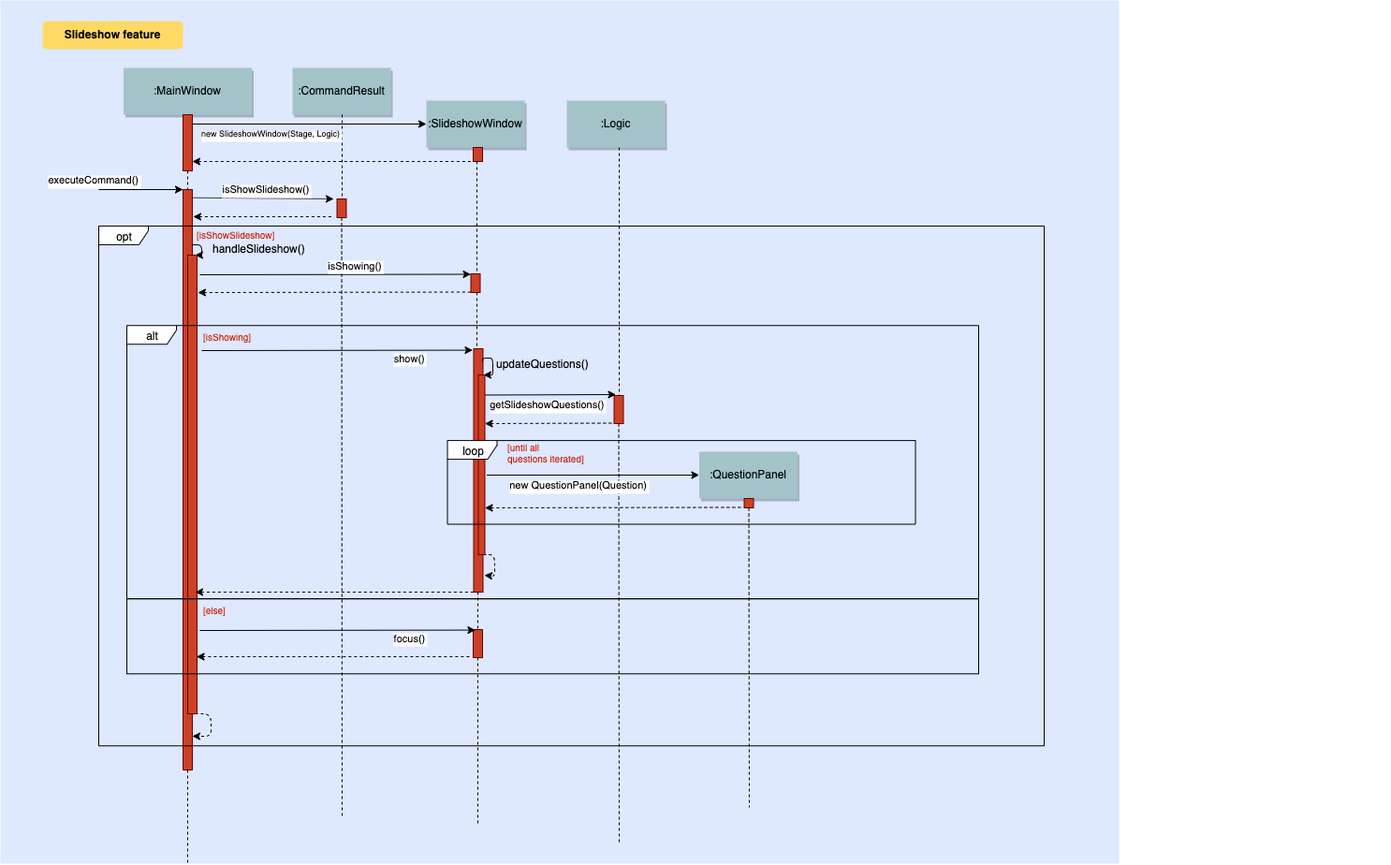
AY1920S1-CS2103T-W13-2/main keeps this draw.io diagram as images/SlideshowFeatureSequenceDiagram.png. Above is the earlier version. Source tidied: cells renumbered, new cells last; positions are measured from the earlier drawing's top-left corner, leaving out a move shared by most shapes.
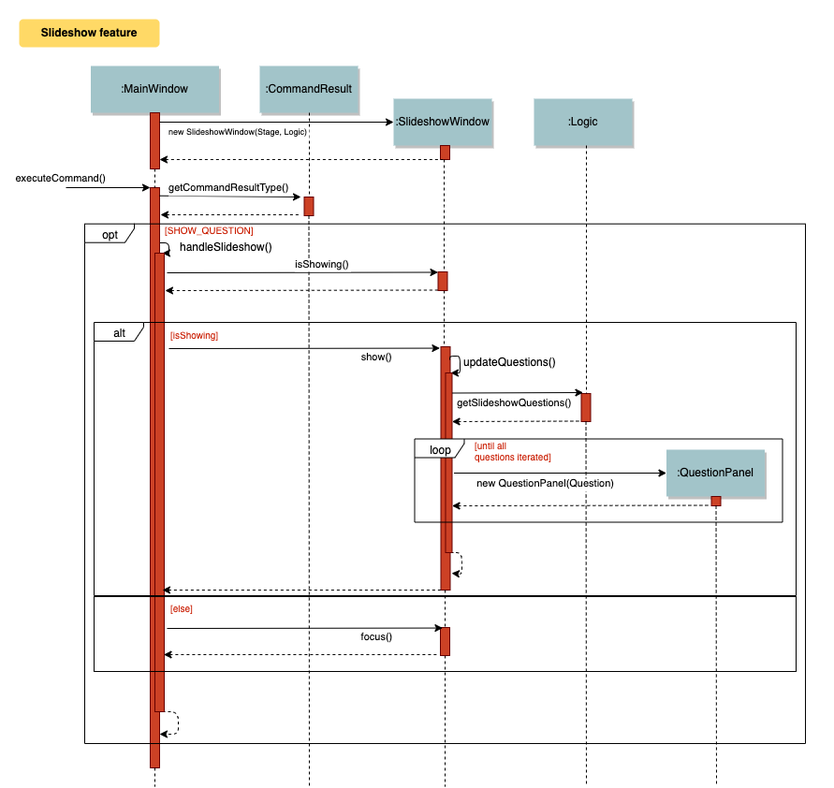
The same file after the commit.

Change to the diagram source:
```diff
@@ -2,9 +2,9 @@
   <root>
     <mxCell id="0" />
     <mxCell id="1" parent="0" />
-    <mxCell id="2" style="fillColor=#DEE8FF;strokeColor=none;" parent="1" vertex="1">
-      <mxGeometry width="1195" height="922" as="geometry" />
-    </mxCell>
+    <mxCell id="66" style="rounded=0;whiteSpace=wrap;html=1;strokeColor=none;" parent="1" vertex="1">
+      <mxGeometry x="35" y="2" width="890" height="840" as="geometry" />
+    </mxCell>
     <mxCell id="3" style="edgeStyle=orthogonalEdgeStyle;rounded=1;jettySize=auto;html=1;exitX=0.988;exitY=0.095;exitDx=0;exitDy=0;exitPerimeter=0;entryX=0.75;entryY=0;entryDx=0;entryDy=0;" parent="1" edge="1" source="4" target="12">
       <mxGeometry relative="1" as="geometry">
         <Array as="points">
@@ -33,11 +33,11 @@
     </mxCell>
     <mxCell id="9" style="edgeStyle=none;dashed=1;endArrow=none;" parent="1" edge="1" source="4">
       <mxGeometry x="50" y="360" as="geometry">
-        <mxPoint x="200" y="922" as="targetPoint" />
+        <mxPoint x="200" y="842" as="targetPoint" />
       </mxGeometry>
     </mxCell>
     <mxCell id="10" value="Slideshow feature" style="rounded=1;fontStyle=1;fillColor=#FFD966;strokeColor=none;" parent="1" vertex="1">
-      <mxGeometry x="45" y="22" width="150" height="30" as="geometry" />
+      <mxGeometry x="55" y="22" width="150" height="30" as="geometry" />
     </mxCell>
     <mxCell id="11" style="edgeStyle=orthogonalEdgeStyle;rounded=1;jettySize=auto;html=1;exitX=0.75;exitY=1;exitDx=0;exitDy=0;entryX=1.043;entryY=0.942;entryDx=0;entryDy=0;dashed=1;entryPerimeter=0;" parent="1" edge="1" source="12" target="4">
       <mxGeometry relative="1" as="geometry">
@@ -56,11 +56,11 @@
     <mxCell id="14" style="fillColor=#CC4125;strokeColor=#660000;" parent="1" vertex="1">
       <mxGeometry x="359.5" y="212" width="10" height="20" as="geometry" />
     </mxCell>
-    <mxCell id="15" value="isShowSlideshow()" style="edgeStyle=none;verticalLabelPosition=top;verticalAlign=bottom;labelPosition=left;align=right;exitX=1.286;exitY=0.067;exitDx=0;exitDy=0;exitPerimeter=0;" parent="1" edge="1">
-      <mxGeometry x="-3" y="60" as="geometry">
+    <mxCell id="15" value="getCommandResultType()" style="edgeStyle=none;verticalLabelPosition=top;verticalAlign=bottom;labelPosition=left;align=right;exitX=1.286;exitY=0.067;exitDx=0;exitDy=0;exitPerimeter=0;" parent="1" edge="1">
+      <mxGeometry as="geometry">
         <mxPoint x="204.9" y="210.7" as="sourcePoint" />
         <mxPoint x="356" y="212" as="targetPoint" />
-        <mxPoint x="52" y="1" as="offset" />
+        <mxPoint x="65" y="1" as="offset" />
       </mxGeometry>
     </mxCell>
     <mxCell id="16" style="edgeStyle=none;verticalLabelPosition=top;verticalAlign=bottom;labelPosition=left;align=right;endArrow=none;startArrow=classic;dashed=1;" parent="1" edge="1">
@@ -74,7 +74,7 @@
     </mxCell>
     <mxCell id="18" style="edgeStyle=none;dashed=1;endArrow=none;" parent="1" edge="1" source="14">
       <mxGeometry x="214.5" y="370" as="geometry">
-        <mxPoint x="365" y="872" as="targetPoint" />
+        <mxPoint x="365" y="842" as="targetPoint" />
       </mxGeometry>
     </mxCell>
     <mxCell id="19" value=":SlideshowWindow" style="shadow=1;fillColor=#A2C4C9;strokeColor=none;" parent="1" vertex="1">
@@ -88,7 +88,7 @@
     </mxCell>
     <mxCell id="22" style="edgeStyle=none;dashed=1;endArrow=none;" parent="1" edge="1" source="54">
       <mxGeometry x="359.5" y="380" as="geometry">
-        <mxPoint x="510" y="882" as="targetPoint" />
+        <mxPoint x="510" y="842" as="targetPoint" />
       </mxGeometry>
     </mxCell>
     <mxCell id="23" style="fillColor=#CC4125;strokeColor=#660000;" parent="1" vertex="1">
@@ -144,7 +144,7 @@
     </mxCell>
     <mxCell id="34" style="edgeStyle=none;dashed=1;endArrow=none;" parent="1" edge="1" source="32">
       <mxGeometry x="510" y="470" as="geometry">
-        <mxPoint x="661" y="902" as="targetPoint" />
+        <mxPoint x="661" y="842" as="targetPoint" />
       </mxGeometry>
     </mxCell>
     <mxCell id="35" style="edgeStyle=none;verticalLabelPosition=top;verticalAlign=bottom;labelPosition=left;align=right;endArrow=none;startArrow=classic;dashed=1;" parent="1" edge="1">
@@ -171,7 +171,7 @@
     </mxCell>
     <mxCell id="40" style="edgeStyle=none;dashed=1;endArrow=none;" parent="1" edge="1" source="38">
       <mxGeometry x="649" y="685" as="geometry">
-        <mxPoint x="800" y="862" as="targetPoint" />
+        <mxPoint x="800" y="842" as="targetPoint" />
       </mxGeometry>
     </mxCell>
     <mxCell id="41" value="new QuestionPanel(Question)" style="edgeStyle=none;verticalLabelPosition=top;verticalAlign=bottom;labelPosition=left;align=right;entryX=0;entryY=0.5;entryDx=0;entryDy=0;" parent="1" edge="1" target="37">
@@ -202,7 +202,7 @@
       <mxGeometry x="410.5" y="464.5" width="500" height="95" as="geometry" />
     </mxCell>
     <mxCell id="47" value="loop" style="shape=umlFrame;whiteSpace=wrap;html=1;width=53;height=20;" parent="46" vertex="1">
-      <mxGeometry x="67" y="5.6" width="500" height="89.4" as="geometry" />
+      <mxGeometry x="67" y="6" width="393" height="89" as="geometry" />
     </mxCell>
     <mxCell id="48" value="&lt;font color=&quot;#c91b00&quot; style=&quot;font-size: 10px;&quot;&gt;[until all&lt;br style=&quot;font-size: 10px;&quot;&gt;questions iterated]&lt;/font&gt;" style="text;html=1;fontSize=10;" parent="46" vertex="1">
       <mxGeometry x="129" width="228.3" height="33.5" as="geometry" />
@@ -252,29 +252,26 @@
         <mxPoint x="502.5" y="701" as="targetPoint" />
       </mxGeometry>
     </mxCell>
-    <mxCell id="58" style="group;" parent="1" vertex="1">
-      <mxGeometry x="135" y="347.2" width="1350" height="450" as="geometry" />
-    </mxCell>
-    <mxCell id="59" style="html=1;fontSize=10;fillColor=none;" parent="58" vertex="1">
-      <mxGeometry y="292.1" width="910" height="80" as="geometry" />
+    <mxCell id="59" style="html=1;fontSize=10;fillColor=none;" parent="1" vertex="1">
+      <mxGeometry x="135" y="639" width="750" height="80" as="geometry" />
     </mxCell>
-    <mxCell id="60" value="&lt;font color=&quot;#c91b00&quot;&gt;[else]&lt;/font&gt;" style="text;html=1;fontSize=10;" parent="58" vertex="1">
-      <mxGeometry x="80" y="292.1" width="277" height="29" as="geometry" />
+    <mxCell id="60" value="&lt;font color=&quot;#c91b00&quot;&gt;[else]&lt;/font&gt;" style="text;html=1;fontSize=10;" parent="1" vertex="1">
+      <mxGeometry x="215" y="639.3" width="277" height="29" as="geometry" />
     </mxCell>
-    <mxCell id="61" value="alt" style="shape=umlFrame;whiteSpace=wrap;html=1;width=53;height=20;" parent="58" vertex="1">
-      <mxGeometry width="910" height="291.8" as="geometry" />
+    <mxCell id="61" value="alt" style="shape=umlFrame;whiteSpace=wrap;html=1;width=53;height=20;" parent="1" vertex="1">
+      <mxGeometry x="135" y="346" width="750" height="292" as="geometry" />
     </mxCell>
-    <mxCell id="62" value="&lt;span style=&quot;color: rgb(201 , 27 , 0)&quot;&gt;[isShowing]&lt;/span&gt;" style="text;html=1;fontSize=10;" parent="58" vertex="1">
-      <mxGeometry x="80.2" y="0.2" width="415.4" height="109.4" as="geometry" />
+    <mxCell id="62" value="&lt;span style=&quot;color: rgb(201 , 27 , 0)&quot;&gt;[isShowing]&lt;/span&gt;" style="text;html=1;fontSize=10;" parent="1" vertex="1">
+      <mxGeometry x="215.2" y="347.4" width="415.4" height="109.4" as="geometry" />
     </mxCell>
-    <mxCell id="63" style="group;" parent="58" vertex="1">
-      <mxGeometry x="-30" y="-141" width="1010" height="590" as="geometry" />
+    <mxCell id="63" style="group;" parent="1" vertex="1">
+      <mxGeometry x="125" y="206" width="770" height="590" as="geometry" />
     </mxCell>
     <mxCell id="64" value="opt" style="shape=umlFrame;whiteSpace=wrap;html=1;width=53;height=20;" parent="63" vertex="1">
-      <mxGeometry y="34.7" width="1010" height="555.3" as="geometry" />
+      <mxGeometry y="34.7" width="770" height="555.3" as="geometry" />
     </mxCell>
-    <mxCell id="65" value="&lt;font color=&quot;#c91b00&quot; style=&quot;font-size: 10px;&quot;&gt;[isShowSlideshow]&lt;/font&gt;" style="text;html=1;fontSize=10;" parent="63" vertex="1">
-      <mxGeometry x="103" y="31.5" width="412" height="25" as="geometry" />
+    <mxCell id="65" value="&lt;font color=&quot;#c91b00&quot; style=&quot;font-size: 10px&quot;&gt;[SHOW_QUESTION]&lt;/font&gt;" style="text;html=1;fontSize=10;" parent="63" vertex="1">
+      <mxGeometry x="83.5" y="28.5" width="314.1" height="25" as="geometry" />
     </mxCell>
   </root>
 </mxGraphModel>
```
